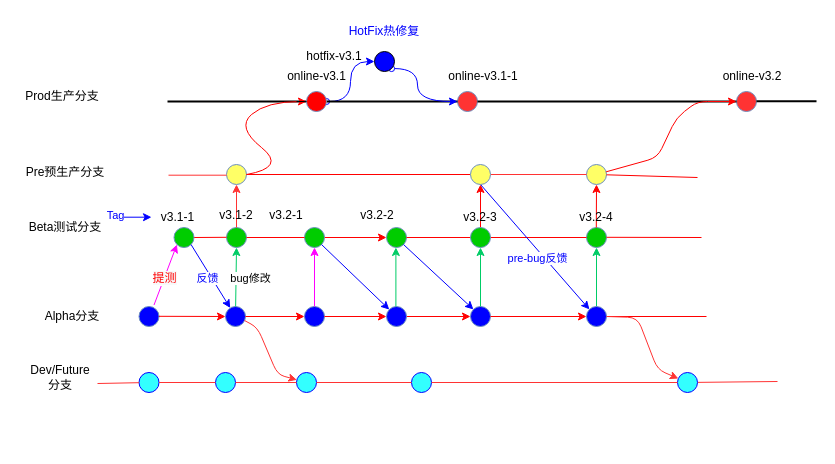
Earlier version of the draw.io diagram Untitled Diagram.drawio (Robbin-Liu/JavaSamples). Source tidied: cells renumbered, new cells numbered last; positions are measured from the earlier drawing's top-left corner, leaving out a move shared by most shapes. Both pictures are drawn from the tidied source at 100%, with x=0, y=0 at pixel (17, 21).
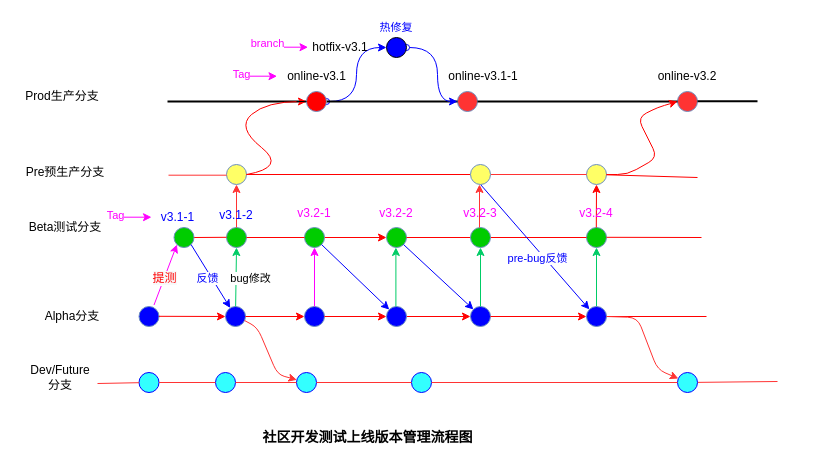
The same page after the edit.

Unchanged cells that the change refers to:
```xml
<mxCell id="3" style="ellipse;whiteSpace=wrap;html=1;strokeColor=#6c8ebf;fillColor=#FF3333;" parent="1" vertex="1">
  <mxGeometry x="440" y="70" width="20" height="20" as="geometry" />
</mxCell>
<mxCell id="19" style="ellipse;whiteSpace=wrap;html=1;strokeColor=#6c8ebf;fillColor=#FFFF66;rotation=0;" parent="1" vertex="1">
  <mxGeometry x="569" y="143" width="20" height="20" as="geometry" />
</mxCell>
<mxCell id="73" style="ellipse;whiteSpace=wrap;html=1;strokeColor=#6c8ebf;fillColor=#FFFF66;rotation=0;direction=south;" parent="1" vertex="1">
  <mxGeometry x="453" y="143" width="20" height="20" as="geometry" />
</mxCell>
```

Diff of the diagram source:
```diff
@@
     <mxCell id="4" style="ellipse;whiteSpace=wrap;html=1;strokeColor=#6c8ebf;fillColor=#FF3333;" parent="1" vertex="1">
-      <mxGeometry x="719" y="70" width="20" height="20" as="geometry" />
+      <mxGeometry x="660" y="70" width="20" height="20" as="geometry" />
     </mxCell>
@@
-    <mxCell id="9" style="edgeStyle=orthogonalEdgeStyle;curved=1;rounded=0;jettySize=auto;html=1;exitX=1;exitY=1;exitDx=0;exitDy=0;startArrow=oval;startFill=0;endArrow=classic;endFill=1;strokeColor=#0000FF;entryX=0;entryY=0.5;entryDx=0;entryDy=0;" parent="1" edge="1" source="10" target="3">
+    <mxCell id="9" style="edgeStyle=orthogonalEdgeStyle;curved=1;rounded=0;jettySize=auto;html=1;exitX=1;exitY=0.5;exitDx=0;exitDy=0;startArrow=oval;startFill=0;endArrow=classic;endFill=1;strokeColor=#0000FF;entryX=0;entryY=0.5;entryDx=0;entryDy=0;" parent="1" edge="1" source="10" target="3">
       <mxGeometry relative="1" as="geometry">
         <Array as="points">
-          <mxPoint x="400" y="47" />
-          <mxPoint x="400" y="80" />
+          <mxPoint x="420" y="26" />
+          <mxPoint x="420" y="80" />
         </Array>
       </mxGeometry>
     </mxCell>
     <mxCell id="10" style="ellipse;whiteSpace=wrap;html=1;fillColor=#0000FF;" parent="1" vertex="1">
-      <mxGeometry x="357" y="30" width="20" height="20" as="geometry" />
+      <mxGeometry x="369" y="16" width="20" height="20" as="geometry" />
     </mxCell>
@@
-    <mxCell id="24" style="endArrow=classic;html=1;strokeColor=#FF0000;strokeWidth=1;entryX=0;entryY=0.5;entryDx=0;entryDy=0;" parent="1" edge="1" source="19" target="4">
+    <mxCell id="24" style="endArrow=classic;html=1;strokeColor=#FF0000;strokeWidth=1;entryX=0;entryY=0.5;entryDx=0;entryDy=0;exitX=1;exitY=0.5;exitDx=0;exitDy=0;" parent="1" edge="1" source="19" target="4">
       <mxGeometry relative="1" as="geometry">
         <Array as="points">
+          <mxPoint x="610" y="153" />
           <mxPoint x="640" y="136" />
-          <mxPoint x="659" y="96" />
-          <mxPoint x="680" y="80" />
+          <mxPoint x="620" y="96" />
+          <mxPoint x="640" y="86" />
         </Array>
       </mxGeometry>
     </mxCell>
@@
-    <mxCell id="28" style="endArrow=classic;html=1;strokeColor=#FF0000;strokeWidth=1;exitX=0.5;exitY=1;exitDx=0;exitDy=0;entryX=1;entryY=0.5;entryDx=0;entryDy=0;" parent="1" edge="1" source="71" target="73">
-      <mxGeometry relative="1" as="geometry" />
-    </mxCell>
@@
-    <mxCell id="52" value="v3.2-2" style="text;html=1;strokeColor=none;fillColor=none;align=center;verticalAlign=middle;whiteSpace=wrap;rounded=0;" parent="1" vertex="1">
-      <mxGeometry x="340" y="186" width="40" height="16" as="geometry" />
+    <mxCell id="52" value="&lt;font color=&quot;#ff00ff&quot;&gt;v3.2-2&lt;/font&gt;" style="text;html=1;strokeColor=none;fillColor=none;align=center;verticalAlign=middle;whiteSpace=wrap;rounded=0;" parent="1" vertex="1">
+      <mxGeometry x="359" y="184" width="40" height="16" as="geometry" />
     </mxCell>
@@
-    <mxCell id="61" value="v3.1-1" style="text;html=1;strokeColor=none;fillColor=none;align=center;verticalAlign=middle;whiteSpace=wrap;rounded=0;" parent="1" vertex="1">
+    <mxCell id="61" value="&lt;font color=&quot;#0000ff&quot;&gt;v3.1-1&lt;/font&gt;" style="text;html=1;strokeColor=none;fillColor=none;align=center;verticalAlign=middle;whiteSpace=wrap;rounded=0;" parent="1" vertex="1">
       <mxGeometry x="121.5" y="186" width="76.5" height="20" as="geometry" />
     </mxCell>
-    <mxCell id="62" value="&lt;font color=&quot;#0000ff&quot;&gt;HotFix热修复&lt;/font&gt;" style="text;html=1;strokeColor=none;fillColor=none;align=center;verticalAlign=middle;whiteSpace=wrap;rounded=0;" parent="1" vertex="1">
-      <mxGeometry x="324" width="86" height="20" as="geometry" />
+    <mxCell id="62" value="&lt;font color=&quot;#0000ff&quot; style=&quot;font-size: 11px&quot;&gt;热修复&lt;/font&gt;" style="text;html=1;strokeColor=none;fillColor=none;align=center;verticalAlign=middle;whiteSpace=wrap;rounded=0;" parent="1" vertex="1">
+      <mxGeometry x="336" y="-4" width="86" height="20" as="geometry" />
     </mxCell>
@@
-    <mxCell id="65" value="v3.2-4" style="text;html=1;strokeColor=none;fillColor=none;align=center;verticalAlign=middle;whiteSpace=wrap;rounded=0;" parent="1" vertex="1">
-      <mxGeometry x="559" y="186" width="40" height="20" as="geometry" />
+    <mxCell id="65" value="&lt;font color=&quot;#ff00ff&quot;&gt;v3.2-4&lt;/font&gt;" style="text;html=1;strokeColor=none;fillColor=none;align=center;verticalAlign=middle;whiteSpace=wrap;rounded=0;" parent="1" vertex="1">
+      <mxGeometry x="559" y="182" width="40" height="20" as="geometry" />
     </mxCell>
     <mxCell id="66" style="endArrow=none;html=1;strokeColor=#000000;strokeWidth=2;" parent="1" edge="1">
       <mxGeometry relative="1" as="geometry">
-        <mxPoint x="739" y="79.7" as="sourcePoint" />
-        <mxPoint x="799" y="79.7" as="targetPoint" />
+        <mxPoint x="680" y="79.7" as="sourcePoint" />
+        <mxPoint x="740" y="79.7" as="targetPoint" />
       </mxGeometry>
     </mxCell>
@@
-    <mxCell id="68" value="v3.1-2" style="text;html=1;strokeColor=none;fillColor=none;align=center;verticalAlign=middle;whiteSpace=wrap;rounded=0;" parent="1" vertex="1">
+    <mxCell id="68" value="&lt;font color=&quot;#0000ff&quot;&gt;v3.1-2&lt;/font&gt;" style="text;html=1;strokeColor=none;fillColor=none;align=center;verticalAlign=middle;whiteSpace=wrap;rounded=0;" parent="1" vertex="1">
       <mxGeometry x="199" y="184" width="40" height="20" as="geometry" />
     </mxCell>
-    <mxCell id="69" value="v3.2-1" style="text;html=1;strokeColor=none;fillColor=none;align=center;verticalAlign=middle;whiteSpace=wrap;rounded=0;" parent="1" vertex="1">
-      <mxGeometry x="249" y="184" width="40" height="20" as="geometry" />
+    <mxCell id="69" value="&lt;font color=&quot;#ff00ff&quot;&gt;v3.2-1&lt;/font&gt;" style="text;html=1;strokeColor=none;fillColor=none;align=center;verticalAlign=middle;whiteSpace=wrap;rounded=0;" parent="1" vertex="1">
+      <mxGeometry x="277" y="182" width="40" height="20" as="geometry" />
     </mxCell>
@@
-    <mxCell id="71" value="v3.2-3" style="text;html=1;strokeColor=none;fillColor=none;align=center;verticalAlign=middle;whiteSpace=wrap;rounded=0;" parent="1" vertex="1">
-      <mxGeometry x="443" y="186" width="40" height="20" as="geometry" />
+    <mxCell id="71" value="&lt;font color=&quot;#ff00ff&quot;&gt;v3.2-3&lt;/font&gt;" style="text;html=1;strokeColor=none;fillColor=none;align=center;verticalAlign=middle;whiteSpace=wrap;rounded=0;" parent="1" vertex="1">
+      <mxGeometry x="443" y="182" width="40" height="20" as="geometry" />
     </mxCell>
-    <mxCell id="72" style="endArrow=classic;html=1;strokeColor=#FF0000;strokeWidth=1;" parent="1" edge="1" target="71">
-      <mxGeometry relative="1" as="geometry">
-        <mxPoint x="462.7" y="206" as="sourcePoint" />
-      </mxGeometry>
-    </mxCell>
@@
     <mxCell id="93" value="hotfix-v3.1" style="text;html=1;strokeColor=none;fillColor=none;align=center;verticalAlign=middle;whiteSpace=wrap;rounded=0;" parent="1" vertex="1">
-      <mxGeometry x="271" y="25" width="92" height="20" as="geometry" />
+      <mxGeometry x="277" y="16" width="92" height="20" as="geometry" />
     </mxCell>
@@
     <mxCell id="95" value="online-v3.2" style="text;html=1;strokeColor=none;fillColor=none;align=center;verticalAlign=middle;whiteSpace=wrap;rounded=0;" parent="1" vertex="1">
-      <mxGeometry x="698.5" y="45" width="71.5" height="20" as="geometry" />
+      <mxGeometry x="634.2" y="45" width="71.5" height="20" as="geometry" />
     </mxCell>
-    <mxCell id="96" style="endArrow=classic;html=1;strokeColor=#0000FF;strokeWidth=1;fontColor=#0000FF;" parent="1" edge="1">
+    <mxCell id="96" style="endArrow=classic;html=1;strokeWidth=1;fontColor=#0000FF;strokeColor=#FF00FF;" parent="1" edge="1">
       <mxGeometry relative="1" as="geometry">
         <mxPoint x="92.5" y="195.7" as="sourcePoint" />
         <mxPoint x="134" y="195.7" as="targetPoint" />
       </mxGeometry>
     </mxCell>
-    <mxCell id="97" value="Tag" style="edgeLabel;html=1;align=center;verticalAlign=middle;fontColor=#0000FF;" parent="96" vertex="1">
+    <mxCell id="97" value="Tag" style="edgeLabel;html=1;align=center;verticalAlign=middle;fontColor=#FF00FF;" parent="96" vertex="1">
       <mxGeometry x="-0.54" y="1" relative="1" as="geometry">
         <mxPoint x="-4.7" y="-1" as="offset" />
       </mxGeometry>
     </mxCell>
@@
+    <mxCell id="99" value="&lt;b&gt;&lt;font color=&quot;#000000&quot; style=&quot;font-size: 14px&quot;&gt;社区开发测试上线版本管理流程图&lt;/font&gt;&lt;/b&gt;" style="text;html=1;strokeColor=none;fillColor=none;align=center;verticalAlign=middle;whiteSpace=wrap;rounded=0;fontColor=#0000FF;" parent="1" vertex="1">
+      <mxGeometry x="239" y="406" width="223" height="20" as="geometry" />
+    </mxCell>
+    <mxCell id="100" style="endArrow=classic;html=1;strokeWidth=1;fontColor=#0000FF;strokeColor=#FF00FF;" parent="1" edge="1">
+      <mxGeometry relative="1" as="geometry">
+        <mxPoint x="218" y="54.7" as="sourcePoint" />
+        <mxPoint x="259.5" y="54.7" as="targetPoint" />
+      </mxGeometry>
+    </mxCell>
+    <mxCell id="101" value="Tag" style="edgeLabel;html=1;align=center;verticalAlign=middle;fontColor=#FF00FF;" parent="100" vertex="1">
+      <mxGeometry x="-0.54" y="1" relative="1" as="geometry">
+        <mxPoint x="-4.7" y="-1" as="offset" />
+      </mxGeometry>
+    </mxCell>
+    <mxCell id="102" style="endArrow=classic;html=1;strokeWidth=1;fontColor=#0000FF;strokeColor=#FF00FF;" parent="1" edge="1">
+      <mxGeometry relative="1" as="geometry">
+        <mxPoint x="249" y="25.7" as="sourcePoint" />
+        <mxPoint x="290.5" y="25.7" as="targetPoint" />
+      </mxGeometry>
+    </mxCell>
+    <mxCell id="103" value="branch" style="edgeLabel;html=1;align=center;verticalAlign=middle;fontColor=#FF00FF;" parent="102" vertex="1">
+      <mxGeometry x="-0.54" y="1" relative="1" as="geometry">
+        <mxPoint x="-9.7" y="-3.7" as="offset" />
+      </mxGeometry>
+    </mxCell>
+    <mxCell id="104" style="endArrow=classic;html=1;strokeColor=#FF3333;strokeWidth=1;entryX=0.5;entryY=1;entryDx=0;entryDy=0;" parent="1" edge="1">
+      <mxGeometry relative="1" as="geometry">
+        <mxPoint x="462" y="206" as="sourcePoint" />
+        <mxPoint x="462" y="163" as="targetPoint" />
+      </mxGeometry>
+    </mxCell>
```
